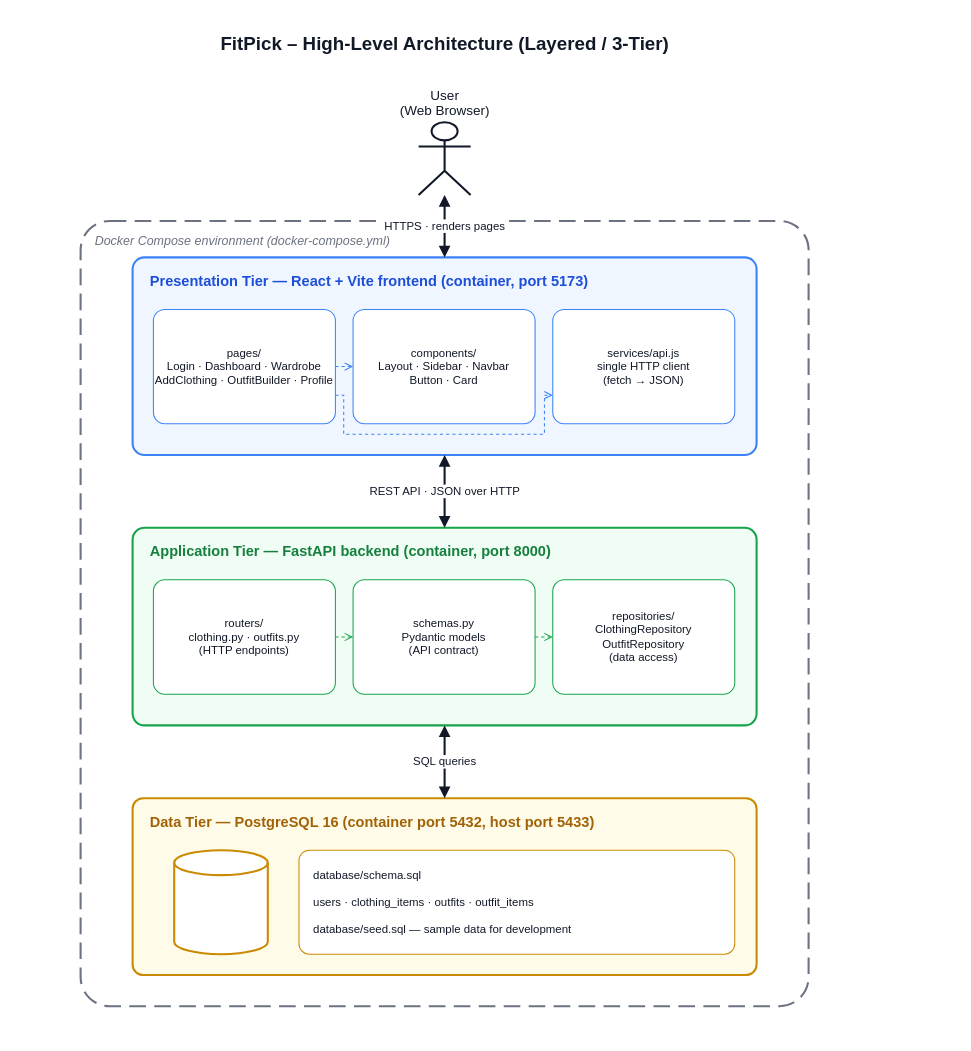
This is docs/design/architecture/fitpick-architecture.drawio from nithi0307/fitpick, a draw.io file, before an edit. Source tidied: cells renumbered, new cells numbered last; positions are measured from the earlier drawing's top-left corner, leaving out a move shared by most shapes. Both pictures are drawn from the tidied source at 104%, with x=0, y=0 at pixel (80, 28).
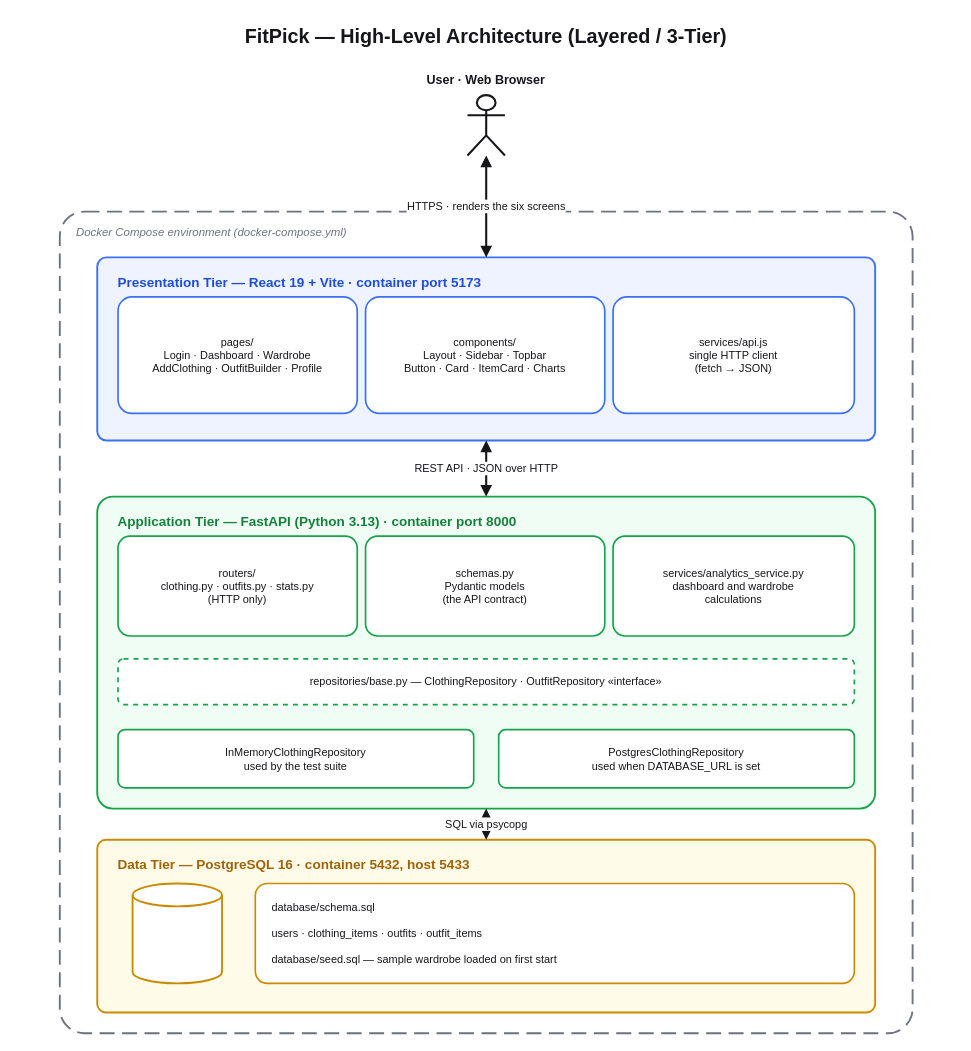
After the change.

What changed in the source:
```diff
@@
-    <mxCell id="2" value="FitPick – High-Level Architecture (Layered / 3-Tier)" style="text;html=1;align=center;verticalAlign=middle;fontSize=18;fontStyle=1;fontColor=#111827;" parent="1" vertex="1">
-      <mxGeometry width="700" height="30" as="geometry" />
-    </mxCell>
-    <mxCell id="3" value="User&#10;(Web Browser)" style="shape=umlActor;verticalLabelPosition=top;verticalAlign=bottom;html=1;outlineConnect=0;strokeColor=#111827;strokeWidth=2;fontSize=13;fontColor=#111827;" parent="1" vertex="1">
-      <mxGeometry x="325" y="90" width="50" height="70" as="geometry" />
-    </mxCell>
+    <mxCell id="26" value="FitPick — High-Level Architecture (Layered / 3-Tier)" style="text;html=1;whiteSpace=wrap;fontSize=19;fontStyle=1;fontColor=#15161a;align=center;" parent="1" vertex="1">
+      <mxGeometry x="-60" y="-10" width="900" height="30" as="geometry" />
+    </mxCell>
+    <mxCell id="27" value="User  ·  Web Browser" style="text;html=1;whiteSpace=wrap;fontSize=12;fontColor=#15161a;align=center;fontStyle=1;" parent="1" vertex="1">
+      <mxGeometry x="240" y="36" width="300" height="22" as="geometry" />
+    </mxCell>
+    <mxCell id="28" style="shape=umlActor;verticalLabelPosition=bottom;verticalAlign=top;html=1;strokeColor=#15161a;strokeWidth=2;fontSize=12;fontColor=#15161a;" parent="1" vertex="1">
+      <mxGeometry x="372" y="64" width="36" height="58" as="geometry" />
+    </mxCell>
-    <mxCell id="4" value="Docker Compose environment (docker-compose.yml)" style="rounded=1;whiteSpace=wrap;html=1;dashed=1;dashPattern=8 4;strokeColor=#6b7280;strokeWidth=2;fillColor=none;verticalAlign=top;align=left;spacingLeft=12;spacingTop=6;fontSize=12;fontStyle=2;fontColor=#6b7280;arcSize=4;" parent="1" vertex="1">
-      <mxGeometry y="185" width="700" height="755" as="geometry" />
+    <mxCell id="4" value="Docker Compose environment (docker-compose.yml)" style="rounded=1;arcSize=3;html=1;whiteSpace=wrap;fillColor=none;strokeColor=#6b7280;strokeWidth=1.8;dashed=1;dashPattern=8 4;verticalAlign=top;align=left;spacingLeft=14;spacingTop=7;fontSize=11;fontStyle=2;fontColor=#6b7280;" parent="1" vertex="1">
+      <mxGeometry x="-20" y="176" width="820" height="790" as="geometry" />
     </mxCell>
-    <mxCell id="5" style="rounded=1;whiteSpace=wrap;html=1;fillColor=#eff6ff;strokeColor=#3b82f6;strokeWidth=2;arcSize=6;" parent="1" vertex="1">
-      <mxGeometry x="50" y="220" width="600" height="190" as="geometry" />
+    <mxCell id="5" style="rounded=1;arcSize=5;html=1;fillColor=#eef3ff;strokeColor=#3b6ff6;strokeWidth=1.8;" parent="1" vertex="1">
+      <mxGeometry x="16" y="220" width="748" height="176" as="geometry" />
     </mxCell>
-    <mxCell id="6" value="Presentation Tier — React + Vite frontend (container, port 5173)" style="text;html=1;align=left;verticalAlign=middle;fontSize=14;fontStyle=1;fontColor=#1d4ed8;" parent="1" vertex="1">
-      <mxGeometry x="65" y="230" width="560" height="26" as="geometry" />
-    </mxCell>
+    <mxCell id="29" value="Presentation Tier — React 19 + Vite  ·  container port 5173" style="text;html=1;whiteSpace=wrap;fontSize=13;fontStyle=1;fontColor=#1d4ed8;align=left;" parent="1" vertex="1">
+      <mxGeometry x="34" y="230" width="712" height="24" as="geometry" />
+    </mxCell>
-    <mxCell id="7" value="pages/&#10;Login · Dashboard · Wardrobe&#10;AddClothing · OutfitBuilder · Profile" style="rounded=1;whiteSpace=wrap;html=1;fillColor=#ffffff;strokeColor=#3b82f6;fontSize=11;fontColor=#111827;arcSize=10;" parent="1" vertex="1">
-      <mxGeometry x="70" y="270" width="175" height="110" as="geometry" />
+    <mxCell id="7" value="pages/&#10;Login · Dashboard · Wardrobe&#10;AddClothing · OutfitBuilder · Profile" style="rounded=1;arcSize=12;whiteSpace=wrap;html=1;fillColor=#ffffff;strokeColor=#3b6ff6;strokeWidth=1.6;fontSize=10.5;fontColor=#15161a;verticalAlign=middle;align=center;" parent="1" vertex="1">
+      <mxGeometry x="36" y="258" width="230" height="112" as="geometry" />
     </mxCell>
-    <mxCell id="8" value="components/&#10;Layout · Sidebar · Navbar&#10;Button · Card" style="rounded=1;whiteSpace=wrap;html=1;fillColor=#ffffff;strokeColor=#3b82f6;fontSize=11;fontColor=#111827;arcSize=10;" parent="1" vertex="1">
-      <mxGeometry x="262" y="270" width="175" height="110" as="geometry" />
-    </mxCell>
+    <mxCell id="30" value="components/&#10;Layout · Sidebar · Topbar&#10;Button · Card · ItemCard · Charts" style="rounded=1;arcSize=12;whiteSpace=wrap;html=1;fillColor=#ffffff;strokeColor=#3b6ff6;strokeWidth=1.6;fontSize=10.5;fontColor=#15161a;verticalAlign=middle;align=center;" parent="1" vertex="1">
+      <mxGeometry x="274" y="258" width="230" height="112" as="geometry" />
+    </mxCell>
-    <mxCell id="9" value="services/api.js&#10;single HTTP client&#10;(fetch → JSON)" style="rounded=1;whiteSpace=wrap;html=1;fillColor=#ffffff;strokeColor=#3b82f6;fontSize=11;fontColor=#111827;arcSize=10;" parent="1" vertex="1">
-      <mxGeometry x="454" y="270" width="175" height="110" as="geometry" />
+    <mxCell id="9" value="services/api.js&#10;single HTTP client&#10;(fetch → JSON)" style="rounded=1;arcSize=12;whiteSpace=wrap;html=1;fillColor=#ffffff;strokeColor=#3b6ff6;strokeWidth=1.6;fontSize=10.5;fontColor=#15161a;verticalAlign=middle;align=center;" parent="1" vertex="1">
+      <mxGeometry x="512" y="258" width="232" height="112" as="geometry" />
     </mxCell>
-    <mxCell id="10" style="edgeStyle=orthogonalEdgeStyle;rounded=0;html=1;strokeColor=#3b82f6;endArrow=open;endFill=0;dashed=1;" parent="1" edge="1" source="7" target="8">
-      <mxGeometry relative="1" as="geometry" />
-    </mxCell>
-    <mxCell id="11" style="edgeStyle=orthogonalEdgeStyle;rounded=0;html=1;strokeColor=#3b82f6;endArrow=open;endFill=0;dashed=1;exitX=1;exitY=0.75;exitDx=0;exitDy=0;entryX=0;entryY=0.75;entryDx=0;entryDy=0;" parent="1" edge="1" source="7" target="9">
-      <mxGeometry relative="1" as="geometry">
-        <Array as="points">
-          <mxPoint x="253" y="352" />
-          <mxPoint x="253" y="390" />
-          <mxPoint x="446" y="390" />
-          <mxPoint x="446" y="352" />
-        </Array>
-      </mxGeometry>
-    </mxCell>
-    <mxCell id="12" style="rounded=1;whiteSpace=wrap;html=1;fillColor=#f0fdf4;strokeColor=#16a34a;strokeWidth=2;arcSize=6;" parent="1" vertex="1">
-      <mxGeometry x="50" y="480" width="600" height="190" as="geometry" />
+    <mxCell id="12" style="rounded=1;arcSize=5;html=1;fillColor=#f0fdf4;strokeColor=#16a34a;strokeWidth=1.8;" parent="1" vertex="1">
+      <mxGeometry x="16" y="450" width="748" height="300" as="geometry" />
     </mxCell>
-    <mxCell id="13" value="Application Tier — FastAPI backend (container, port 8000)" style="text;html=1;align=left;verticalAlign=middle;fontSize=14;fontStyle=1;fontColor=#15803d;" parent="1" vertex="1">
-      <mxGeometry x="65" y="490" width="560" height="26" as="geometry" />
-    </mxCell>
-    <mxCell id="14" value="routers/&#10;clothing.py · outfits.py&#10;(HTTP endpoints)" style="rounded=1;whiteSpace=wrap;html=1;fillColor=#ffffff;strokeColor=#16a34a;fontSize=11;fontColor=#111827;arcSize=10;" parent="1" vertex="1">
-      <mxGeometry x="70" y="530" width="175" height="110" as="geometry" />
-    </mxCell>
-    <mxCell id="15" value="schemas.py&#10;Pydantic models&#10;(API contract)" style="rounded=1;whiteSpace=wrap;html=1;fillColor=#ffffff;strokeColor=#16a34a;fontSize=11;fontColor=#111827;arcSize=10;" parent="1" vertex="1">
-      <mxGeometry x="262" y="530" width="175" height="110" as="geometry" />
-    </mxCell>
-    <mxCell id="16" value="repositories/&#10;ClothingRepository&#10;OutfitRepository&#10;(data access)" style="rounded=1;whiteSpace=wrap;html=1;fillColor=#ffffff;strokeColor=#16a34a;fontSize=11;fontColor=#111827;arcSize=10;" parent="1" vertex="1">
-      <mxGeometry x="454" y="530" width="175" height="110" as="geometry" />
-    </mxCell>
-    <mxCell id="17" style="edgeStyle=orthogonalEdgeStyle;rounded=0;html=1;strokeColor=#16a34a;endArrow=open;endFill=0;dashed=1;" parent="1" edge="1" source="14" target="15">
-      <mxGeometry relative="1" as="geometry" />
-    </mxCell>
-    <mxCell id="18" style="edgeStyle=orthogonalEdgeStyle;rounded=0;html=1;strokeColor=#16a34a;endArrow=open;endFill=0;dashed=1;" parent="1" edge="1" source="15" target="16">
-      <mxGeometry relative="1" as="geometry" />
-    </mxCell>
+    <mxCell id="31" value="Application Tier — FastAPI (Python 3.13)  ·  container port 8000" style="text;html=1;whiteSpace=wrap;fontSize=13;fontStyle=1;fontColor=#15803d;align=left;" parent="1" vertex="1">
+      <mxGeometry x="34" y="460" width="712" height="24" as="geometry" />
+    </mxCell>
+    <mxCell id="32" value="routers/&#10;clothing.py · outfits.py · stats.py&#10;(HTTP only)" style="rounded=1;arcSize=12;whiteSpace=wrap;html=1;fillColor=#ffffff;strokeColor=#16a34a;strokeWidth=1.6;fontSize=10.5;fontColor=#15161a;verticalAlign=middle;align=center;" parent="1" vertex="1">
+      <mxGeometry x="36" y="488" width="230" height="96" as="geometry" />
+    </mxCell>
+    <mxCell id="33" value="schemas.py&#10;Pydantic models&#10;(the API contract)" style="rounded=1;arcSize=12;whiteSpace=wrap;html=1;fillColor=#ffffff;strokeColor=#16a34a;strokeWidth=1.6;fontSize=10.5;fontColor=#15161a;verticalAlign=middle;align=center;" parent="1" vertex="1">
+      <mxGeometry x="274" y="488" width="230" height="96" as="geometry" />
+    </mxCell>
+    <mxCell id="34" value="services/analytics_service.py&#10;dashboard and wardrobe&#10;calculations" style="rounded=1;arcSize=12;whiteSpace=wrap;html=1;fillColor=#ffffff;strokeColor=#16a34a;strokeWidth=1.6;fontSize=10.5;fontColor=#15161a;verticalAlign=middle;align=center;" parent="1" vertex="1">
+      <mxGeometry x="512" y="488" width="232" height="96" as="geometry" />
+    </mxCell>
+    <mxCell id="35" value="repositories/base.py — ClothingRepository · OutfitRepository  «interface»" style="rounded=1;arcSize=12;whiteSpace=wrap;html=1;fillColor=#ffffff;strokeColor=#16a34a;strokeWidth=1.6;fontSize=10.5;fontColor=#15161a;verticalAlign=middle;align=center;dashed=1;" parent="1" vertex="1">
+      <mxGeometry x="36" y="606" width="708" height="44" as="geometry" />
+    </mxCell>
+    <mxCell id="36" value="InMemoryClothingRepository&#10;used by the test suite" style="rounded=1;arcSize=12;whiteSpace=wrap;html=1;fillColor=#ffffff;strokeColor=#16a34a;strokeWidth=1.6;fontSize=10.5;fontColor=#15161a;verticalAlign=middle;align=center;" parent="1" vertex="1">
+      <mxGeometry x="36" y="674" width="342" height="56" as="geometry" />
+    </mxCell>
+    <mxCell id="37" value="PostgresClothingRepository&#10;used when DATABASE_URL is set" style="rounded=1;arcSize=12;whiteSpace=wrap;html=1;fillColor=#ffffff;strokeColor=#16a34a;strokeWidth=1.6;fontSize=10.5;fontColor=#15161a;verticalAlign=middle;align=center;" parent="1" vertex="1">
+      <mxGeometry x="402" y="674" width="342" height="56" as="geometry" />
+    </mxCell>
-    <mxCell id="19" style="rounded=1;whiteSpace=wrap;html=1;fillColor=#fefce8;strokeColor=#ca8a04;strokeWidth=2;arcSize=6;" parent="1" vertex="1">
-      <mxGeometry x="50" y="740" width="600" height="170" as="geometry" />
+    <mxCell id="19" style="rounded=1;arcSize=5;html=1;fillColor=#fefce8;strokeColor=#ca8a04;strokeWidth=1.8;" parent="1" vertex="1">
+      <mxGeometry x="16" y="780" width="748" height="166" as="geometry" />
     </mxCell>
-    <mxCell id="20" value="Data Tier — PostgreSQL 16 (container port 5432, host port 5433)" style="text;html=1;align=left;verticalAlign=middle;fontSize=14;fontStyle=1;fontColor=#a16207;" parent="1" vertex="1">
-      <mxGeometry x="65" y="750" width="560" height="26" as="geometry" />
-    </mxCell>
-    <mxCell id="21" style="shape=cylinder3;whiteSpace=wrap;html=1;boundedLbl=1;backgroundOutline=1;size=12;fillColor=#ffffff;strokeColor=#ca8a04;strokeWidth=2;" parent="1" vertex="1">
-      <mxGeometry x="90" y="790" width="90" height="100" as="geometry" />
-    </mxCell>
-    <mxCell id="22" value="database/schema.sql&#10;&#10;users · clothing_items · outfits · outfit_items&#10;&#10;database/seed.sql — sample data for development" style="rounded=1;whiteSpace=wrap;html=1;fillColor=#ffffff;strokeColor=#ca8a04;fontSize=11;fontColor=#111827;arcSize=10;align=left;spacingLeft=12;" parent="1" vertex="1">
-      <mxGeometry x="210" y="790" width="419" height="100" as="geometry" />
-    </mxCell>
-    <mxCell id="23" value="HTTPS · renders pages" style="edgeStyle=orthogonalEdgeStyle;rounded=0;html=1;strokeColor=#111827;strokeWidth=2;endArrow=block;endFill=1;startArrow=block;startFill=1;fontSize=11;fontColor=#111827;labelBackgroundColor=#ffffff;" parent="1" edge="1" source="3" target="5">
-      <mxGeometry relative="1" as="geometry" />
-    </mxCell>
+    <mxCell id="38" value="Data Tier — PostgreSQL 16  ·  container 5432, host 5433" style="text;html=1;whiteSpace=wrap;fontSize=13;fontStyle=1;fontColor=#a16207;align=left;" parent="1" vertex="1">
+      <mxGeometry x="34" y="790" width="712" height="24" as="geometry" />
+    </mxCell>
+    <mxCell id="39" style="shape=cylinder3;whiteSpace=wrap;html=1;boundedLbl=1;backgroundOutline=1;size=11;fillColor=#ffffff;strokeColor=#ca8a04;strokeWidth=1.8;" parent="1" vertex="1">
+      <mxGeometry x="50" y="822" width="86" height="96" as="geometry" />
+    </mxCell>
+    <mxCell id="40" value="database/schema.sql&#10;&#10;users · clothing_items · outfits · outfit_items&#10;&#10;database/seed.sql — sample wardrobe loaded on first start" style="rounded=1;arcSize=12;whiteSpace=wrap;html=1;fillColor=#ffffff;strokeColor=#ca8a04;strokeWidth=1.6;fontSize=10.5;fontColor=#15161a;verticalAlign=middle;align=left;spacingLeft=14;" parent="1" vertex="1">
+      <mxGeometry x="168" y="822" width="576" height="96" as="geometry" />
+    </mxCell>
+    <mxCell id="41" value="HTTPS · renders the six screens" style="edgeStyle=orthogonalEdgeStyle;rounded=0;html=1;strokeColor=#15161a;strokeWidth=2;endArrow=block;endFill=1;startArrow=block;startFill=1;fontSize=10.5;fontColor=#15161a;labelBackgroundColor=#ffffff;" parent="1" edge="1" source="28" target="5">
+      <mxGeometry relative="1" as="geometry" />
+    </mxCell>
-    <mxCell id="24" value="REST API · JSON over HTTP" style="edgeStyle=orthogonalEdgeStyle;rounded=0;html=1;strokeColor=#111827;strokeWidth=2;endArrow=block;endFill=1;startArrow=block;startFill=1;fontSize=11;fontColor=#111827;labelBackgroundColor=#ffffff;" parent="1" edge="1" source="5" target="12">
+    <mxCell id="24" value="REST API · JSON over HTTP" style="edgeStyle=orthogonalEdgeStyle;rounded=0;html=1;strokeColor=#15161a;strokeWidth=2;endArrow=block;endFill=1;startArrow=block;startFill=1;fontSize=10.5;fontColor=#15161a;labelBackgroundColor=#ffffff;" parent="1" edge="1" source="5" target="12">
       <mxGeometry relative="1" as="geometry" />
     </mxCell>
-    <mxCell id="25" value="SQL queries" style="edgeStyle=orthogonalEdgeStyle;rounded=0;html=1;strokeColor=#111827;strokeWidth=2;endArrow=block;endFill=1;startArrow=block;startFill=1;fontSize=11;fontColor=#111827;labelBackgroundColor=#ffffff;" parent="1" edge="1" source="12" target="19">
+    <mxCell id="25" value="SQL via psycopg" style="edgeStyle=orthogonalEdgeStyle;rounded=0;html=1;strokeColor=#15161a;strokeWidth=2;endArrow=block;endFill=1;startArrow=block;startFill=1;fontSize=10.5;fontColor=#15161a;labelBackgroundColor=#ffffff;" parent="1" edge="1" source="12" target="19">
       <mxGeometry relative="1" as="geometry" />
     </mxCell>
+    <mxCell id="42" style="edgeStyle=orthogonalEdgeStyle;rounded=0;html=1;strokeColor=#16a34a;strokeWidth=1.3;dashed=1;endArrow=open;endFill=0;endArrow=block;endFill=0;endSize=12;exitX=0.5;exitY=0;exitDx=0;exitDy=0;entryX=0.25;entryY=1;entryDx=0;entryDy=0;dashed=0;" parent="1" edge="1" target="35">
+      <mxGeometry relative="1" as="geometry" />
+    </mxCell>
```
